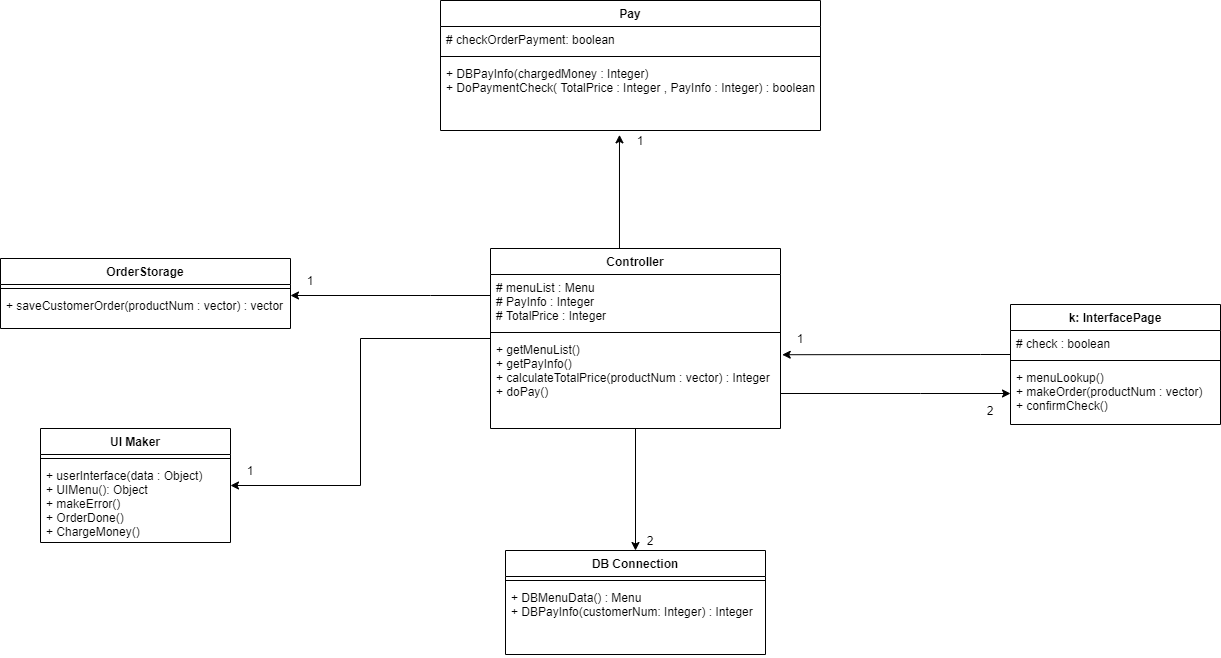
The draw.io diagram SequenceDiagram/UC-1/Class_Diagram_UC1.png in JardinDelSol/Automated-Canteen-Ordering-System-using-Android, before a commit. Source tidied: cells renumbered, new cells last; positions are measured from the earlier drawing's top-left corner, leaving out a move shared by most shapes.
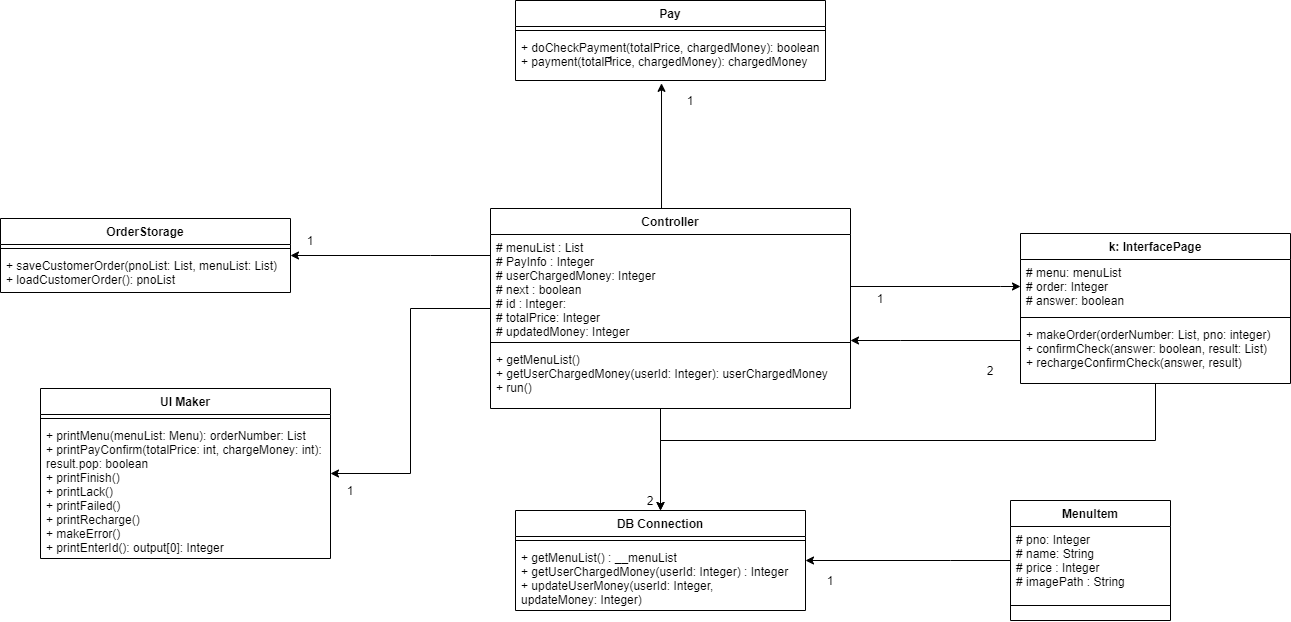
After the commit.

Change to the diagram source:
```diff
@@ -14,87 +14,61 @@
       <mxGeometry relative="1" as="geometry" />
     </mxCell>
     <mxCell id="4" style="edgeStyle=orthogonalEdgeStyle;rounded=0;jettySize=auto;html=1;" parent="1" edge="1" source="5" target="12">
-      <mxGeometry relative="1" as="geometry" />
+      <mxGeometry relative="1" as="geometry">
+        <Array as="points">
+          <mxPoint x="660" y="480" />
+          <mxPoint x="660" y="480" />
+        </Array>
+      </mxGeometry>
     </mxCell>
     <mxCell id="5" value="Controller" style="swimlane;fontStyle=1;align=center;verticalAlign=top;horizontal=1;startSize=26;" parent="1" vertex="1">
-      <mxGeometry x="490" y="248" width="290" height="180" as="geometry" />
+      <mxGeometry x="490" y="248" width="360" height="200" as="geometry" />
     </mxCell>
-    <mxCell id="6" value="# menuList : Menu&#10;# PayInfo : Integer&#10;# TotalPrice : Integer" style="text;strokeColor=none;fillColor=none;align=left;verticalAlign=top;spacingLeft=4;spacingRight=4;overflow=hidden;points=[[0,0.5],[1,0.5]];portConstraint=eastwest;" parent="5" vertex="1">
-      <mxGeometry y="26" width="290" height="54" as="geometry" />
+    <mxCell id="6" value="# menuList : List&#10;# PayInfo : Integer&#10;# userChargedMoney: Integer&#10;# next : boolean&#10;# id : Integer: &#10;# totalPrice: Integer&#10;# updatedMoney: Integer" style="text;strokeColor=none;fillColor=none;align=left;verticalAlign=top;spacingLeft=4;spacingRight=4;overflow=hidden;points=[[0,0.5],[1,0.5]];portConstraint=eastwest;" parent="5" vertex="1">
+      <mxGeometry y="26" width="360" height="104" as="geometry" />
     </mxCell>
     <mxCell id="7" style="line;strokeWidth=1;fillColor=none;align=left;verticalAlign=middle;spacingTop=-1;spacingLeft=3;spacingRight=3;labelPosition=right;" parent="5" vertex="1">
-      <mxGeometry y="80" width="290" height="8" as="geometry" />
+      <mxGeometry y="130" width="360" height="8" as="geometry" />
     </mxCell>
-    <mxCell id="8" value="+ getMenuList()&#10;+ getPayInfo()&#10;+ calculateTotalPrice(productNum : vector) : Integer&#10;+ doPay()&#10;&#10;" style="text;strokeColor=none;fillColor=none;align=left;verticalAlign=top;spacingLeft=4;spacingRight=4;overflow=hidden;points=[[0,0.5],[1,0.5]];portConstraint=eastwest;" parent="5" vertex="1">
-      <mxGeometry y="88" width="290" height="92" as="geometry" />
+    <mxCell id="8" value="+ getMenuList()&#10;+ getUserChargedMoney(userId: Integer): userChargedMoney&#10;+ run()" style="text;strokeColor=none;fillColor=none;align=left;verticalAlign=top;spacingLeft=4;spacingRight=4;overflow=hidden;points=[[0,0.5],[1,0.5]];portConstraint=eastwest;" parent="5" vertex="1">
+      <mxGeometry y="138" width="360" height="62" as="geometry" />
     </mxCell>
     <mxCell id="9" value="UI Maker" style="swimlane;fontStyle=1;align=center;verticalAlign=top;horizontal=1;startSize=26;" parent="1" vertex="1">
-      <mxGeometry x="40" y="428" width="190" height="114" as="geometry" />
+      <mxGeometry x="40" y="428" width="290" height="170" as="geometry" />
     </mxCell>
     <mxCell id="10" style="line;strokeWidth=1;fillColor=none;align=left;verticalAlign=middle;spacingTop=-1;spacingLeft=3;spacingRight=3;labelPosition=right;" parent="9" vertex="1">
-      <mxGeometry y="26" width="190" height="8" as="geometry" />
+      <mxGeometry y="26" width="290" height="8" as="geometry" />
     </mxCell>
-    <mxCell id="11" value="+ userInterface(data : Object)&#10;+ UIMenu(): Object&#10;+ makeError()&#10;+ OrderDone()&#10;+ ChargeMoney()" style="text;strokeColor=none;fillColor=none;align=left;verticalAlign=top;spacingLeft=4;spacingRight=4;overflow=hidden;" parent="9" vertex="1">
-      <mxGeometry y="34" width="190" height="80" as="geometry" />
+    <mxCell id="11" value="+ printMenu(menuList: Menu): orderNumber: List&#10;+ printPayConfirm(totalPrice: int, chargeMoney: int): &#10;result.pop: boolean&#10;+ printFinish()&#10;+ printLack()&#10;+ printFailed()&#10;+ printRecharge()&#10;+ makeError()&#10;+ printEnterId(): output[0]: Integer&#10; " style="text;strokeColor=none;fillColor=none;align=left;verticalAlign=top;spacingLeft=4;spacingRight=4;overflow=hidden;" parent="9" vertex="1">
+      <mxGeometry y="34" width="290" height="136" as="geometry" />
     </mxCell>
     <mxCell id="12" value="DB Connection" style="swimlane;fontStyle=1;align=center;verticalAlign=top;horizontal=1;startSize=26;" parent="1" vertex="1">
-      <mxGeometry x="505" y="550" width="260" height="104" as="geometry" />
+      <mxGeometry x="515" y="550" width="290" height="100" as="geometry" />
     </mxCell>
     <mxCell id="13" style="line;strokeWidth=1;fillColor=none;align=left;verticalAlign=middle;spacingTop=-1;spacingLeft=3;spacingRight=3;labelPosition=right;" parent="12" vertex="1">
-      <mxGeometry y="26" width="260" height="8" as="geometry" />
+      <mxGeometry y="26" width="290" height="8" as="geometry" />
     </mxCell>
-    <mxCell id="14" value="+ DBMenuData() : Menu&#10;+ DBPayInfo(customerNum: Integer) : Integer" style="text;strokeColor=none;fillColor=none;align=left;verticalAlign=top;spacingLeft=4;spacingRight=4;overflow=hidden;" parent="12" vertex="1">
-      <mxGeometry y="34" width="260" height="70" as="geometry" />
+    <mxCell id="14" value="+ getMenuList() : __menuList&#10;+ getUserChargedMoney(userId: Integer) : Integer&#10;+ updateUserMoney(userId: Integer, &#10;updateMoney: Integer)" style="text;strokeColor=none;fillColor=none;align=left;verticalAlign=top;spacingLeft=4;spacingRight=4;overflow=hidden;" parent="12" vertex="1">
+      <mxGeometry y="34" width="290" height="66" as="geometry" />
     </mxCell>
     <mxCell id="15" value="Pay" style="swimlane;fontStyle=1;align=center;verticalAlign=top;horizontal=1;startSize=26;" parent="1" vertex="1">
-      <mxGeometry x="440" width="380" height="130" as="geometry" />
+      <mxGeometry x="515" y="40" width="310" height="80" as="geometry" />
     </mxCell>
-    <mxCell id="16" value="# checkOrderPayment: boolean" style="text;strokeColor=none;fillColor=none;align=left;verticalAlign=top;spacingLeft=4;spacingRight=4;overflow=hidden;" parent="15" vertex="1">
-      <mxGeometry y="26" width="380" height="26" as="geometry" />
-    </mxCell>
     <mxCell id="17" style="line;strokeWidth=1;fillColor=none;align=left;verticalAlign=middle;spacingTop=-1;spacingLeft=3;spacingRight=3;labelPosition=right;" parent="15" vertex="1">
-      <mxGeometry y="52" width="380" height="8" as="geometry" />
+      <mxGeometry y="26" width="310" height="8" as="geometry" />
     </mxCell>
-    <mxCell id="18" value="+ DBPayInfo(chargedMoney : Integer)&#10;+ DoPaymentCheck( TotalPrice : Integer , PayInfo : Integer) : boolean&#10;" style="text;strokeColor=none;fillColor=none;align=left;verticalAlign=top;spacingLeft=4;spacingRight=4;overflow=hidden;points=[[0,0.5],[1,0.5]];portConstraint=eastwest;" parent="15" vertex="1">
-      <mxGeometry y="60" width="380" height="70" as="geometry" />
+    <mxCell id="18" value="+ doCheckPayment(totalPrice, chargedMoney): boolean&#10;+ payment(totalPrice, chargedMoney): chargedMoney" style="text;strokeColor=none;fillColor=none;align=left;verticalAlign=top;spacingLeft=4;spacingRight=4;overflow=hidden;points=[[0,0.5],[1,0.5]];portConstraint=eastwest;" parent="15" vertex="1">
+      <mxGeometry y="34" width="310" height="46" as="geometry" />
     </mxCell>
     <mxCell id="19" value="OrderStorage" style="swimlane;fontStyle=1;align=center;verticalAlign=top;horizontal=1;startSize=26;" parent="1" vertex="1">
-      <mxGeometry y="258" width="290" height="70" as="geometry" />
+      <mxGeometry y="258" width="290" height="74" as="geometry" />
     </mxCell>
     <mxCell id="20" style="line;strokeWidth=1;fillColor=none;align=left;verticalAlign=middle;spacingTop=-1;spacingLeft=3;spacingRight=3;labelPosition=right;" parent="19" vertex="1">
       <mxGeometry y="26" width="290" height="8" as="geometry" />
     </mxCell>
-    <mxCell id="21" value="+ saveCustomerOrder(productNum : vector) : vector" style="text;strokeColor=none;fillColor=none;align=left;verticalAlign=top;spacingLeft=4;spacingRight=4;overflow=hidden;" parent="19" vertex="1">
-      <mxGeometry y="34" width="290" height="36" as="geometry" />
+    <mxCell id="21" value="+ saveCustomerOrder(pnoList: List, menuList: List) &#10;+ loadCustomerOrder(): pnoList" style="text;strokeColor=none;fillColor=none;align=left;verticalAlign=top;spacingLeft=4;spacingRight=4;overflow=hidden;" parent="19" vertex="1">
+      <mxGeometry y="34" width="290" height="40" as="geometry" />
     </mxCell>
-    <mxCell id="22" style="edgeStyle=orthogonalEdgeStyle;rounded=0;jettySize=auto;html=1;entryX=1.006;entryY=0.198;entryDx=0;entryDy=0;entryPerimeter=0;" parent="1" edge="1" source="23" target="8">
-      <mxGeometry relative="1" as="geometry">
-        <Array as="points">
-          <mxPoint x="980" y="354" />
-          <mxPoint x="980" y="354" />
-        </Array>
-      </mxGeometry>
-    </mxCell>
-    <mxCell id="23" value="k: InterfacePage" style="swimlane;fontStyle=1;align=center;verticalAlign=top;horizontal=1;startSize=26;" parent="1" vertex="1">
-      <mxGeometry x="1010" y="304" width="210" height="120" as="geometry" />
-    </mxCell>
-    <mxCell id="24" value="# check : boolean" style="text;strokeColor=none;fillColor=none;align=left;verticalAlign=top;spacingLeft=4;spacingRight=4;overflow=hidden;" parent="23" vertex="1">
-      <mxGeometry y="26" width="210" height="26" as="geometry" />
-    </mxCell>
-    <mxCell id="25" style="line;strokeWidth=1;fillColor=none;align=left;verticalAlign=middle;spacingTop=-1;spacingLeft=3;spacingRight=3;labelPosition=right;" parent="23" vertex="1">
-      <mxGeometry y="52" width="210" height="8" as="geometry" />
-    </mxCell>
-    <mxCell id="26" value="+ menuLookup()&#10;+ makeOrder(productNum : vector)&#10;+ confirmCheck()" style="text;strokeColor=none;fillColor=none;align=left;verticalAlign=top;spacingLeft=4;spacingRight=4;overflow=hidden;points=[[0,0.5],[1,0.5]];portConstraint=eastwest;" parent="23" vertex="1">
-      <mxGeometry y="60" width="210" height="60" as="geometry" />
-    </mxCell>
-    <mxCell id="27" style="edgeStyle=orthogonalEdgeStyle;rounded=0;jettySize=auto;html=1;" parent="1" edge="1" source="8" target="26">
-      <mxGeometry relative="1" as="geometry">
-        <Array as="points">
-          <mxPoint x="920" y="393" />
-          <mxPoint x="920" y="393" />
-        </Array>
-      </mxGeometry>
-    </mxCell>
     <mxCell id="28" style="edgeStyle=orthogonalEdgeStyle;rounded=0;jettySize=auto;html=1;" parent="1" edge="1" source="6" target="19">
       <mxGeometry relative="1" as="geometry">
         <Array as="points">
@@ -109,17 +83,76 @@
     <mxCell id="30" value="1" style="text;html=1;strokeColor=none;fillColor=none;align=center;verticalAlign=middle;whiteSpace=wrap;rounded=0;" parent="1" vertex="1">
       <mxGeometry x="290" y="270" width="40" height="20" as="geometry" />
     </mxCell>
-    <mxCell id="31" value="1" style="text;html=1;strokeColor=none;fillColor=none;align=center;verticalAlign=middle;whiteSpace=wrap;rounded=0;" parent="1" vertex="1">
-      <mxGeometry x="230" y="460" width="40" height="20" as="geometry" />
-    </mxCell>
     <mxCell id="32" value="1" style="text;html=1;strokeColor=none;fillColor=none;align=center;verticalAlign=middle;whiteSpace=wrap;rounded=0;" parent="1" vertex="1">
-      <mxGeometry x="780" y="328" width="40" height="20" as="geometry" />
+      <mxGeometry x="860" y="328" width="40" height="20" as="geometry" />
     </mxCell>
     <mxCell id="33" value="2" style="text;html=1;strokeColor=none;fillColor=none;align=center;verticalAlign=middle;whiteSpace=wrap;rounded=0;" parent="1" vertex="1">
       <mxGeometry x="970" y="400" width="40" height="20" as="geometry" />
     </mxCell>
     <mxCell id="34" value="1" style="text;html=1;strokeColor=none;fillColor=none;align=center;verticalAlign=middle;whiteSpace=wrap;rounded=0;" parent="1" vertex="1">
-      <mxGeometry x="620" y="130" width="40" height="20" as="geometry" />
+      <mxGeometry x="590" y="90" width="40" height="20" as="geometry" />
     </mxCell>
+    <mxCell id="35" value="MenuItem" style="swimlane;fontStyle=1;align=center;verticalAlign=top;horizontal=1;startSize=26;" parent="1" vertex="1">
+      <mxGeometry x="1010" y="540" width="160" height="120" as="geometry" />
+    </mxCell>
+    <mxCell id="36" value="# pno: Integer&#10;# name: String&#10;# price : Integer&#10;# imagePath : String" style="text;strokeColor=none;fillColor=none;align=left;verticalAlign=top;spacingLeft=4;spacingRight=4;overflow=hidden;points=[[0,0.5],[1,0.5]];portConstraint=eastwest;" parent="35" vertex="1">
+      <mxGeometry y="26" width="160" height="64" as="geometry" />
+    </mxCell>
+    <mxCell id="37" style="line;strokeWidth=1;fillColor=none;align=left;verticalAlign=middle;spacingTop=-1;spacingLeft=3;spacingRight=3;labelPosition=right;" parent="35" vertex="1">
+      <mxGeometry y="90" width="160" height="30" as="geometry" />
+    </mxCell>
+    <mxCell id="38" style="edgeStyle=orthogonalEdgeStyle;rounded=0;jettySize=auto;html=1;" parent="1" edge="1" source="23" target="5">
+      <mxGeometry relative="1" as="geometry">
+        <Array as="points">
+          <mxPoint x="900" y="380" />
+          <mxPoint x="900" y="380" />
+        </Array>
+      </mxGeometry>
+    </mxCell>
+    <mxCell id="39" style="edgeStyle=orthogonalEdgeStyle;rounded=0;jettySize=auto;html=1;" parent="1" edge="1" source="23" target="12">
+      <mxGeometry relative="1" as="geometry">
+        <Array as="points">
+          <mxPoint x="1155" y="480" />
+          <mxPoint x="660" y="480" />
+        </Array>
+      </mxGeometry>
+    </mxCell>
+    <mxCell id="23" value="k: InterfacePage" style="swimlane;fontStyle=1;align=center;verticalAlign=top;horizontal=1;startSize=26;" parent="1" vertex="1">
+      <mxGeometry x="1020" y="273" width="270" height="150" as="geometry" />
+    </mxCell>
+    <mxCell id="40" value="# menu: menuList&#10;# order: Integer&#10;# answer: boolean&#10;" style="text;strokeColor=none;fillColor=none;align=left;verticalAlign=top;spacingLeft=4;spacingRight=4;overflow=hidden;" parent="23" vertex="1">
+      <mxGeometry y="26" width="270" height="54" as="geometry" />
+    </mxCell>
+    <mxCell id="41" style="line;strokeWidth=1;fillColor=none;align=left;verticalAlign=middle;spacingTop=-1;spacingLeft=3;spacingRight=3;labelPosition=right;" parent="23" vertex="1">
+      <mxGeometry y="80" width="270" height="8" as="geometry" />
+    </mxCell>
+    <mxCell id="42" value="+ makeOrder(orderNumber: List, pno: integer)&#10;+ confirmCheck(answer: boolean, result: List)&#10;+ rechargeConfirmCheck(answer, result)" style="text;strokeColor=none;fillColor=none;align=left;verticalAlign=top;spacingLeft=4;spacingRight=4;overflow=hidden;" parent="23" vertex="1">
+      <mxGeometry y="88" width="270" height="62" as="geometry" />
+    </mxCell>
+    <mxCell id="43" style="edgeStyle=orthogonalEdgeStyle;rounded=0;jettySize=auto;html=1;" parent="1" edge="1" source="6" target="23">
+      <mxGeometry relative="1" as="geometry">
+        <Array as="points">
+          <mxPoint x="1000" y="326" />
+          <mxPoint x="1000" y="326" />
+        </Array>
+      </mxGeometry>
+    </mxCell>
+    <mxCell id="44" style="edgeStyle=orthogonalEdgeStyle;rounded=0;jettySize=auto;html=1;" parent="1" edge="1" source="36" target="12">
+      <mxGeometry relative="1" as="geometry">
+        <Array as="points">
+          <mxPoint x="950" y="600" />
+          <mxPoint x="950" y="600" />
+        </Array>
+      </mxGeometry>
+    </mxCell>
+    <mxCell id="45" value="1" style="text;html=1;strokeColor=none;fillColor=none;align=center;verticalAlign=middle;whiteSpace=wrap;rounded=0;" parent="1" vertex="1">
+      <mxGeometry x="330" y="520" width="40" height="20" as="geometry" />
+    </mxCell>
+    <mxCell id="46" value="1" style="text;html=1;strokeColor=none;fillColor=none;align=center;verticalAlign=middle;whiteSpace=wrap;rounded=0;" parent="1" vertex="1">
+      <mxGeometry x="810" y="610" width="40" height="20" as="geometry" />
+    </mxCell>
+    <mxCell id="47" value="1" style="text;html=1;strokeColor=none;fillColor=none;align=center;verticalAlign=middle;whiteSpace=wrap;rounded=0;" parent="1" vertex="1">
+      <mxGeometry x="670" y="130" width="40" height="20" as="geometry" />
+    </mxCell>
   </root>
 </mxGraphModel>
```
